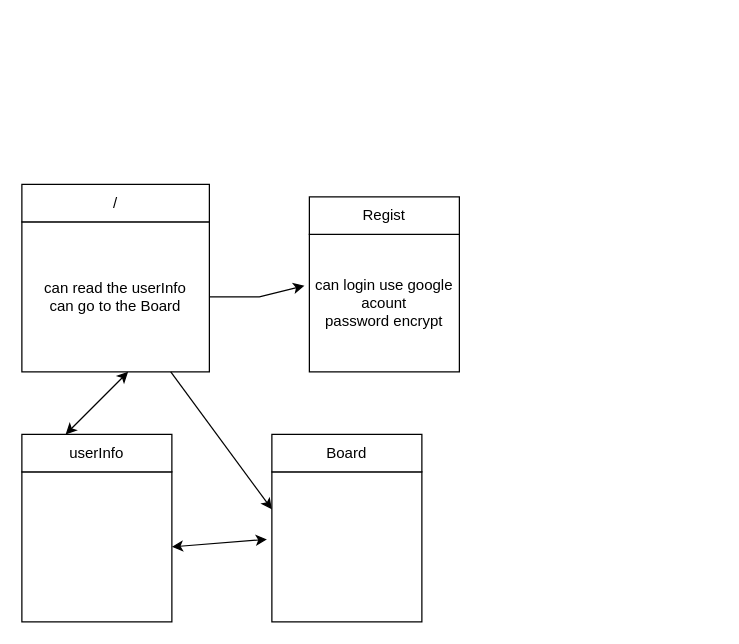
lectykim/emmateritory keeps this draw.io diagram as Untitled Diagram.drawio. Above is the earlier version. Source tidied: cells renumbered, new cells numbered last; positions are measured from the earlier drawing's top-left corner, leaving out a move shared by most shapes. Both pictures are drawn from the tidied source at 125%, with x=0, y=0 at pixel (21, 184).
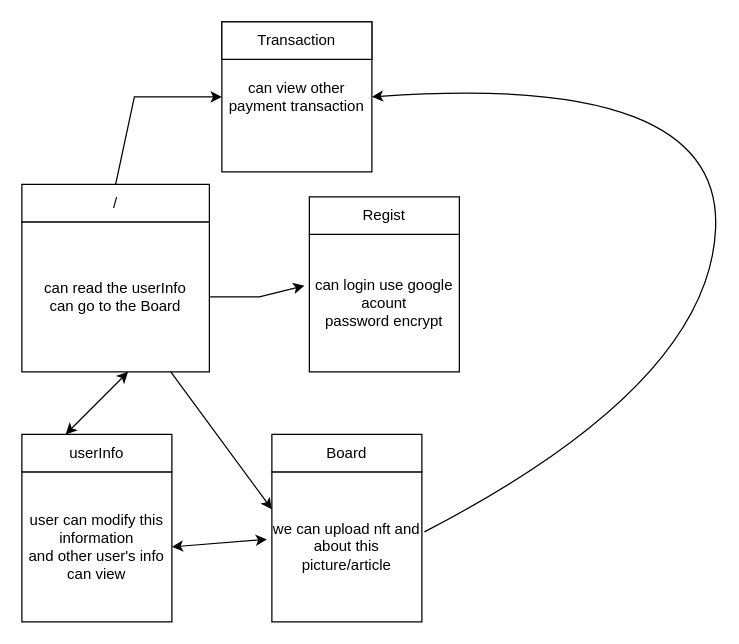
After the change.

Unchanged cells that the change refers to:
```xml
<mxCell id="3" value="/" style="rounded=0;whiteSpace=wrap;html=1;" parent="1" vertex="1">
  <mxGeometry width="150" height="30" as="geometry" />
</mxCell>
```

Change to the diagram source:
```diff
@@
-    <mxCell id="6" style="whiteSpace=wrap;html=1;" parent="1" vertex="1">
+    <mxCell id="6" value="we can upload nft and about this picture/article" style="whiteSpace=wrap;html=1;" parent="1" vertex="1">
       <mxGeometry x="200" y="230" width="120" height="120" as="geometry" />
     </mxCell>
@@
-    <mxCell id="8" style="whiteSpace=wrap;html=1;" parent="1" vertex="1">
+    <mxCell id="8" value="user can modify this information&lt;br&gt;and other user's info&lt;br&gt;can view" style="whiteSpace=wrap;html=1;" parent="1" vertex="1">
       <mxGeometry y="230" width="120" height="120" as="geometry" />
     </mxCell>
@@
+    <mxCell id="14" value="can view other payment transaction" style="whiteSpace=wrap;html=1;" parent="1" vertex="1">
+      <mxGeometry x="160" y="-130" width="120" height="120" as="geometry" />
+    </mxCell>
+    <mxCell id="15" value="Transaction" style="rounded=0;whiteSpace=wrap;html=1;" parent="1" vertex="1">
+      <mxGeometry x="160" y="-130" width="120" height="30" as="geometry" />
+    </mxCell>
+    <mxCell id="16" style="endArrow=classic;html=1;rounded=0;entryX=0;entryY=0.5;entryDx=0;entryDy=0;exitX=0.5;exitY=0;exitDx=0;exitDy=0;" parent="1" edge="1" source="3" target="14">
+      <mxGeometry relative="1" as="geometry">
+        <Array as="points">
+          <mxPoint x="90" y="-70" />
+        </Array>
+      </mxGeometry>
+    </mxCell>
+    <mxCell id="17" style="curved=1;endArrow=classic;html=1;rounded=0;exitX=1.017;exitY=0.4;exitDx=0;exitDy=0;exitPerimeter=0;entryX=1;entryY=0.5;entryDx=0;entryDy=0;" parent="1" edge="1" source="6" target="14">
+      <mxGeometry relative="1" as="geometry">
+        <Array as="points">
+          <mxPoint x="550" y="160" />
+          <mxPoint x="560" y="-90" />
+        </Array>
+      </mxGeometry>
+    </mxCell>
```
